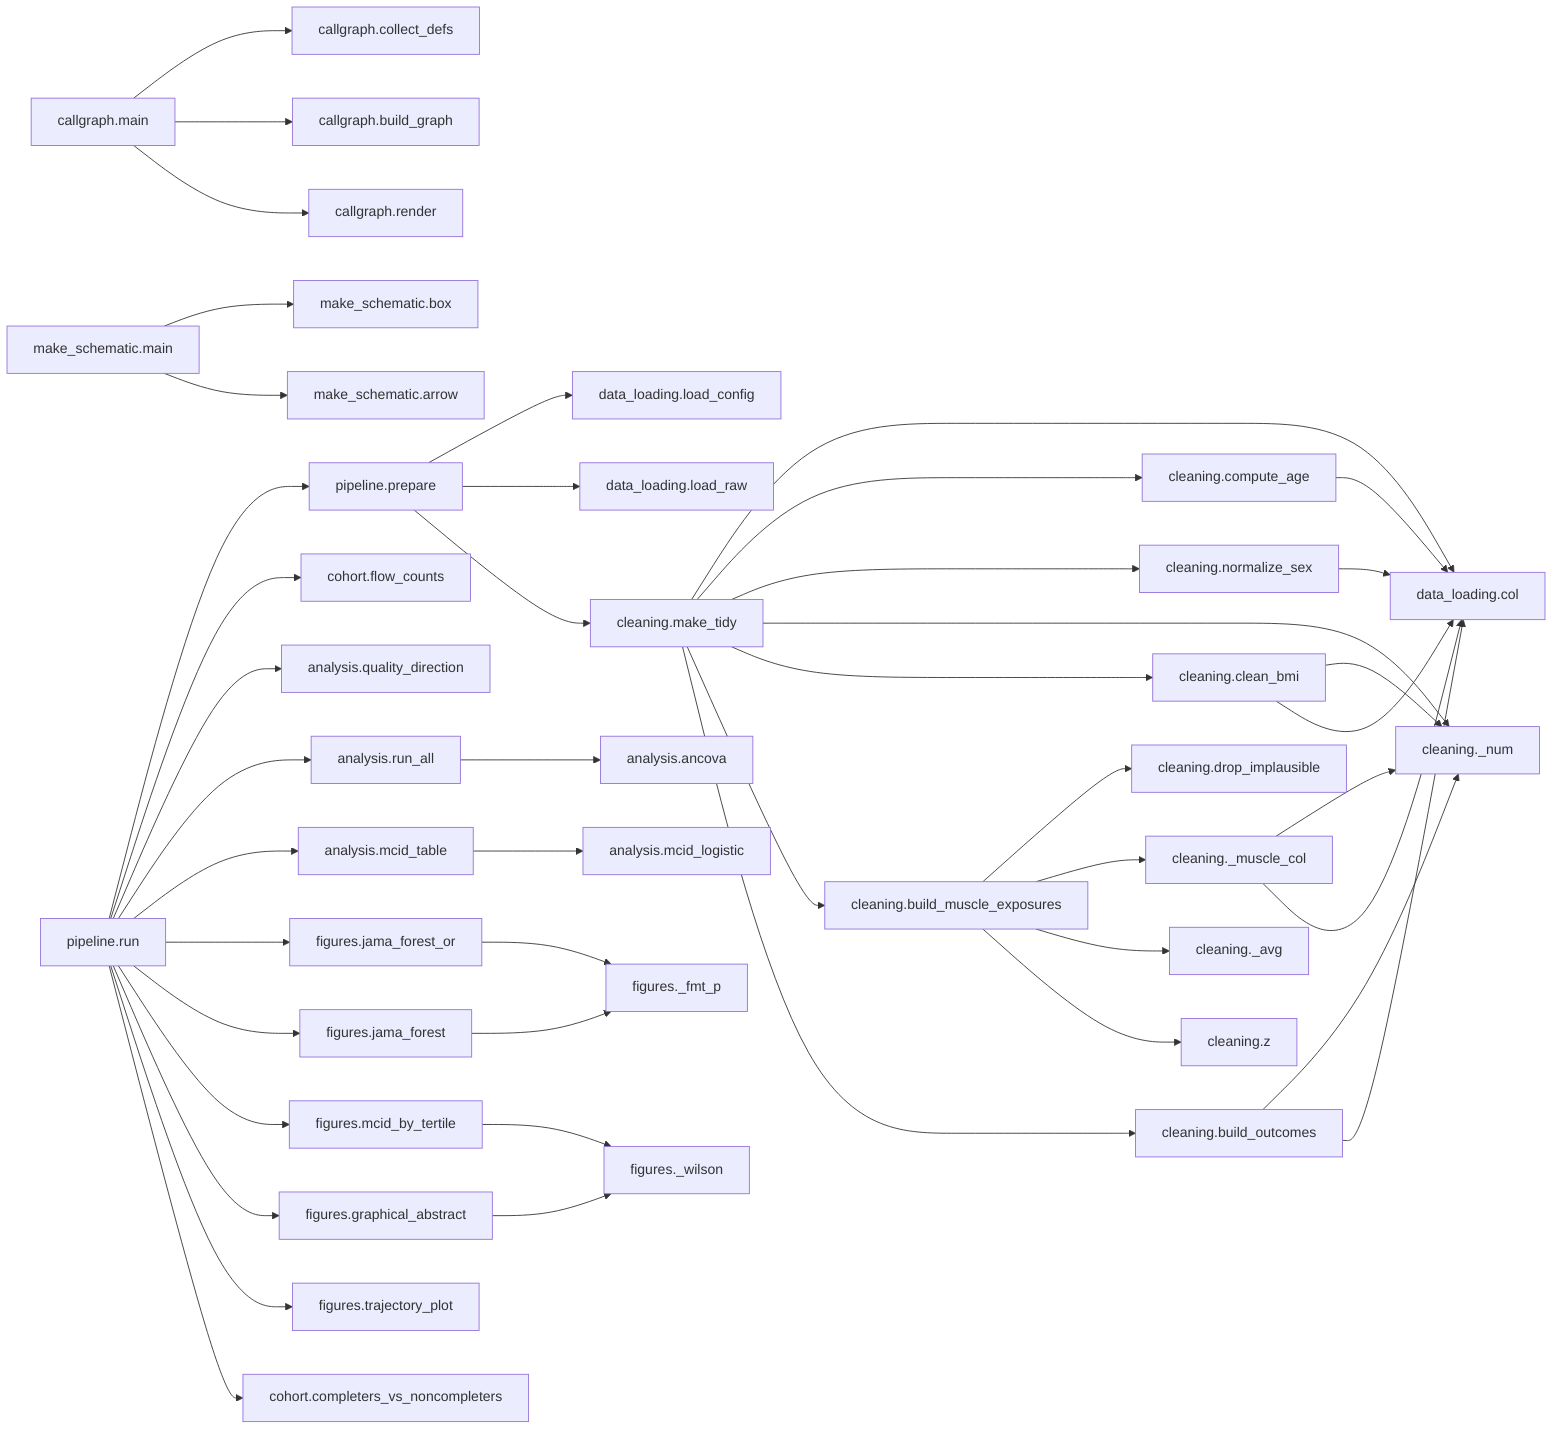
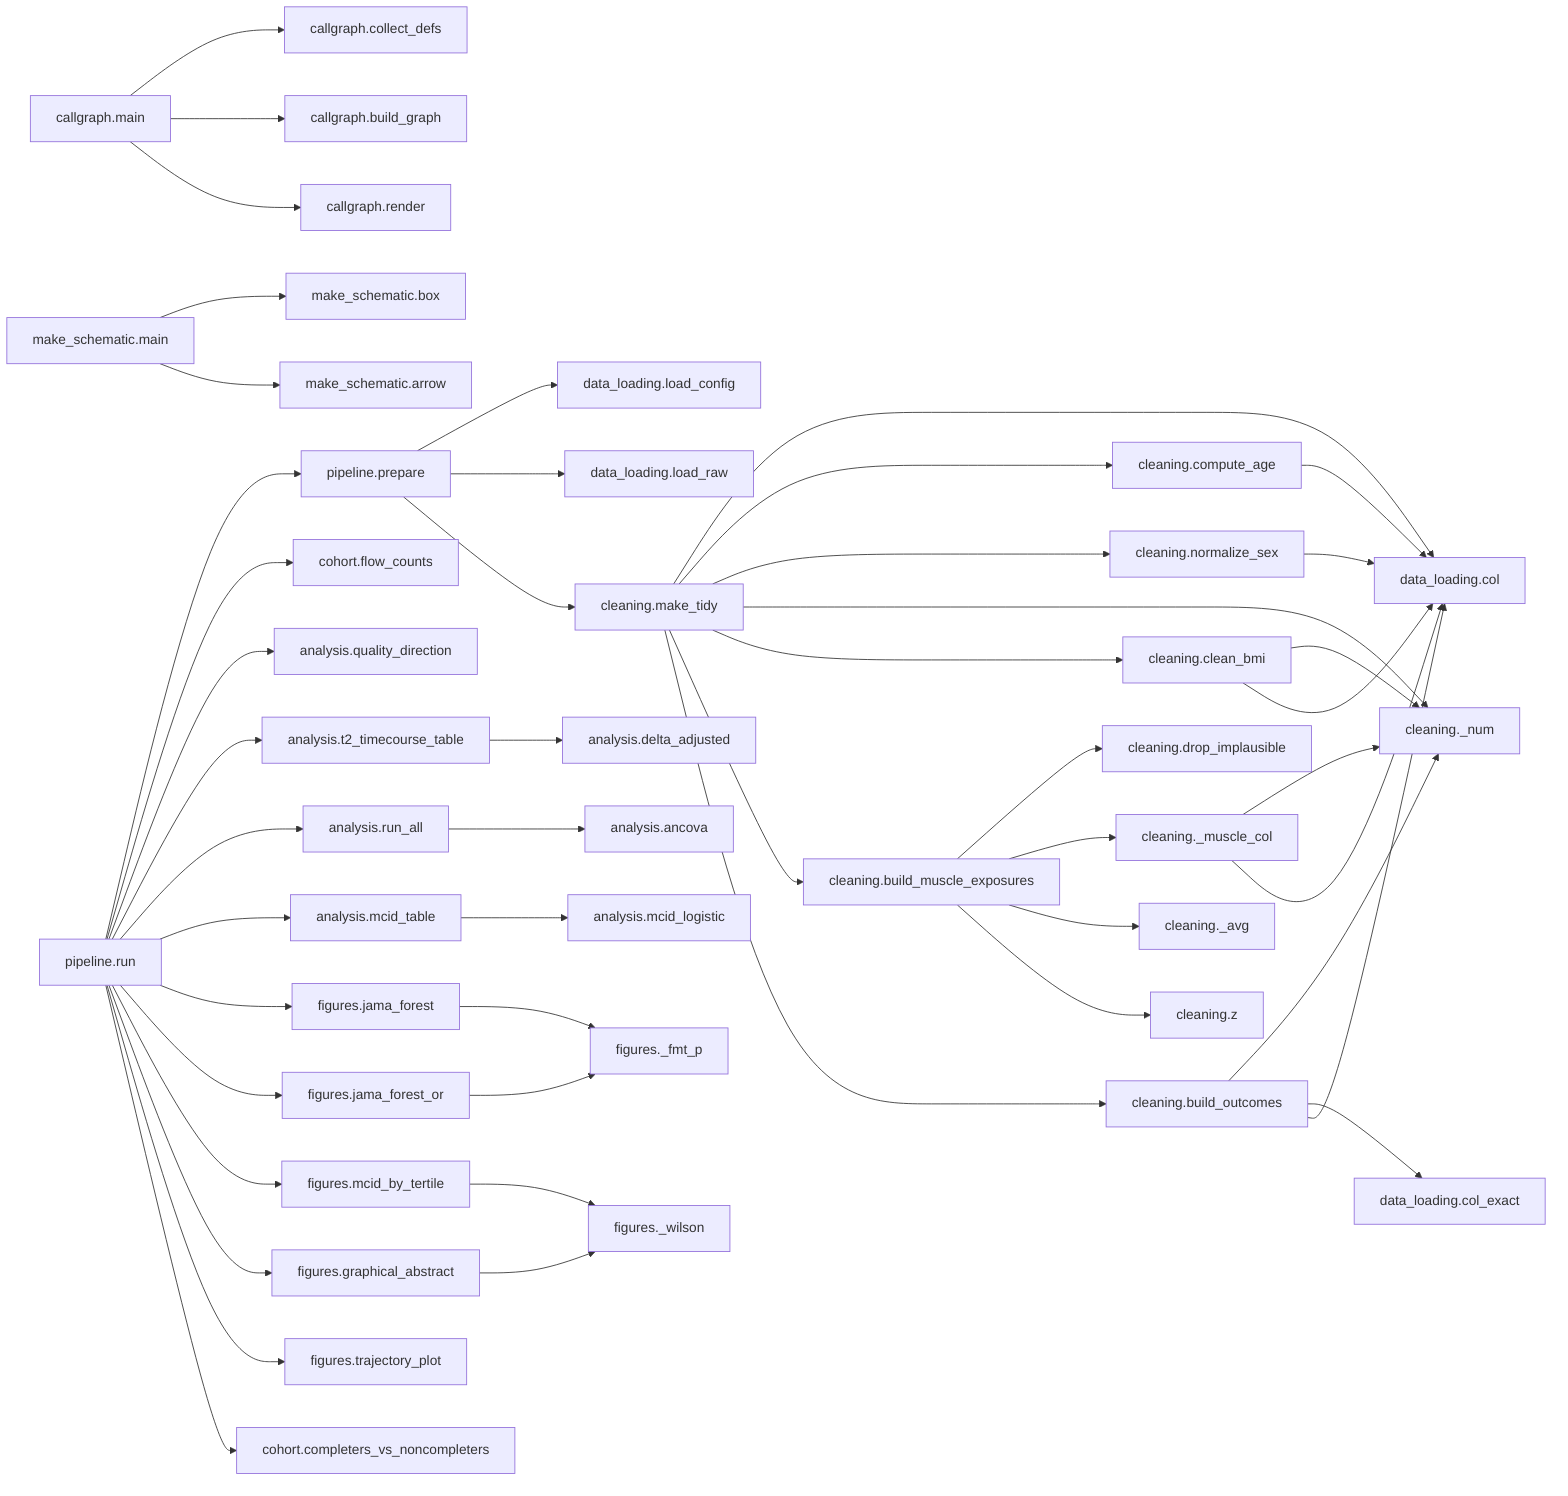
flowchart LR
    analysis_mcid_table["analysis.mcid_table"] --> analysis_mcid_logistic["analysis.mcid_logistic"]
    analysis_run_all["analysis.run_all"] --> analysis_ancova["analysis.ancova"]
+     analysis_t2_timecourse_table["analysis.t2_timecourse_table"] --> analysis_delta_adjusted["analysis.delta_adjusted"]
    callgraph_main["callgraph.main"] --> callgraph_collect_defs["callgraph.collect_defs"]
    callgraph_main["callgraph.main"] --> callgraph_build_graph["callgraph.build_graph"]
    callgraph_main["callgraph.main"] --> callgraph_render["callgraph.render"]
    make_schematic_main["make_schematic.main"] --> make_schematic_box["make_schematic.box"]
    make_schematic_main["make_schematic.main"] --> make_schematic_arrow["make_schematic.arrow"]
    pipeline_prepare["pipeline.prepare"] --> data_loading_load_config["data_loading.load_config"]
    pipeline_prepare["pipeline.prepare"] --> data_loading_load_raw["data_loading.load_raw"]
    pipeline_prepare["pipeline.prepare"] --> cleaning_make_tidy["cleaning.make_tidy"]
    cleaning_make_tidy["cleaning.make_tidy"] --> data_loading_col["data_loading.col"]
    cleaning_make_tidy["cleaning.make_tidy"] --> cleaning_compute_age["cleaning.compute_age"]
    cleaning_make_tidy["cleaning.make_tidy"] --> cleaning_normalize_sex["cleaning.normalize_sex"]
    cleaning_make_tidy["cleaning.make_tidy"] --> cleaning__num["cleaning._num"]
    cleaning_make_tidy["cleaning.make_tidy"] --> cleaning_clean_bmi["cleaning.clean_bmi"]
    cleaning_make_tidy["cleaning.make_tidy"] --> cleaning_build_muscle_exposures["cleaning.build_muscle_exposures"]
    cleaning_make_tidy["cleaning.make_tidy"] --> cleaning_build_outcomes["cleaning.build_outcomes"]
    pipeline_run["pipeline.run"] --> pipeline_prepare["pipeline.prepare"]
    pipeline_run["pipeline.run"] --> cohort_flow_counts["cohort.flow_counts"]
    pipeline_run["pipeline.run"] --> analysis_quality_direction["analysis.quality_direction"]
+     pipeline_run["pipeline.run"] --> analysis_t2_timecourse_table["analysis.t2_timecourse_table"]
    pipeline_run["pipeline.run"] --> analysis_run_all["analysis.run_all"]
    pipeline_run["pipeline.run"] --> analysis_mcid_table["analysis.mcid_table"]
+     pipeline_run["pipeline.run"] --> figures_jama_forest["figures.jama_forest"]
    pipeline_run["pipeline.run"] --> figures_jama_forest_or["figures.jama_forest_or"]
-     pipeline_run["pipeline.run"] --> figures_jama_forest["figures.jama_forest"]
    pipeline_run["pipeline.run"] --> figures_mcid_by_tertile["figures.mcid_by_tertile"]
    pipeline_run["pipeline.run"] --> figures_graphical_abstract["figures.graphical_abstract"]
    pipeline_run["pipeline.run"] --> figures_trajectory_plot["figures.trajectory_plot"]
    pipeline_run["pipeline.run"] --> cohort_completers_vs_noncompleters["cohort.completers_vs_noncompleters"]
+     figures_jama_forest["figures.jama_forest"] --> figures__fmt_p["figures._fmt_p"]
    figures_jama_forest_or["figures.jama_forest_or"] --> figures__fmt_p["figures._fmt_p"]
-     figures_jama_forest["figures.jama_forest"] --> figures__fmt_p["figures._fmt_p"]
    figures_mcid_by_tertile["figures.mcid_by_tertile"] --> figures__wilson["figures._wilson"]
    figures_graphical_abstract["figures.graphical_abstract"] --> figures__wilson["figures._wilson"]
    cleaning__muscle_col["cleaning._muscle_col"] --> cleaning__num["cleaning._num"]
    cleaning__muscle_col["cleaning._muscle_col"] --> data_loading_col["data_loading.col"]
    cleaning_compute_age["cleaning.compute_age"] --> data_loading_col["data_loading.col"]
    cleaning_normalize_sex["cleaning.normalize_sex"] --> data_loading_col["data_loading.col"]
    cleaning_clean_bmi["cleaning.clean_bmi"] --> cleaning__num["cleaning._num"]
    cleaning_clean_bmi["cleaning.clean_bmi"] --> data_loading_col["data_loading.col"]
    cleaning_build_muscle_exposures["cleaning.build_muscle_exposures"] --> cleaning_drop_implausible["cleaning.drop_implausible"]
    cleaning_build_muscle_exposures["cleaning.build_muscle_exposures"] --> cleaning__muscle_col["cleaning._muscle_col"]
    cleaning_build_muscle_exposures["cleaning.build_muscle_exposures"] --> cleaning__avg["cleaning._avg"]
    cleaning_build_muscle_exposures["cleaning.build_muscle_exposures"] --> cleaning_z["cleaning.z"]
    cleaning_build_outcomes["cleaning.build_outcomes"] --> cleaning__num["cleaning._num"]
+     cleaning_build_outcomes["cleaning.build_outcomes"] --> data_loading_col_exact["data_loading.col_exact"]
    cleaning_build_outcomes["cleaning.build_outcomes"] --> data_loading_col["data_loading.col"]
